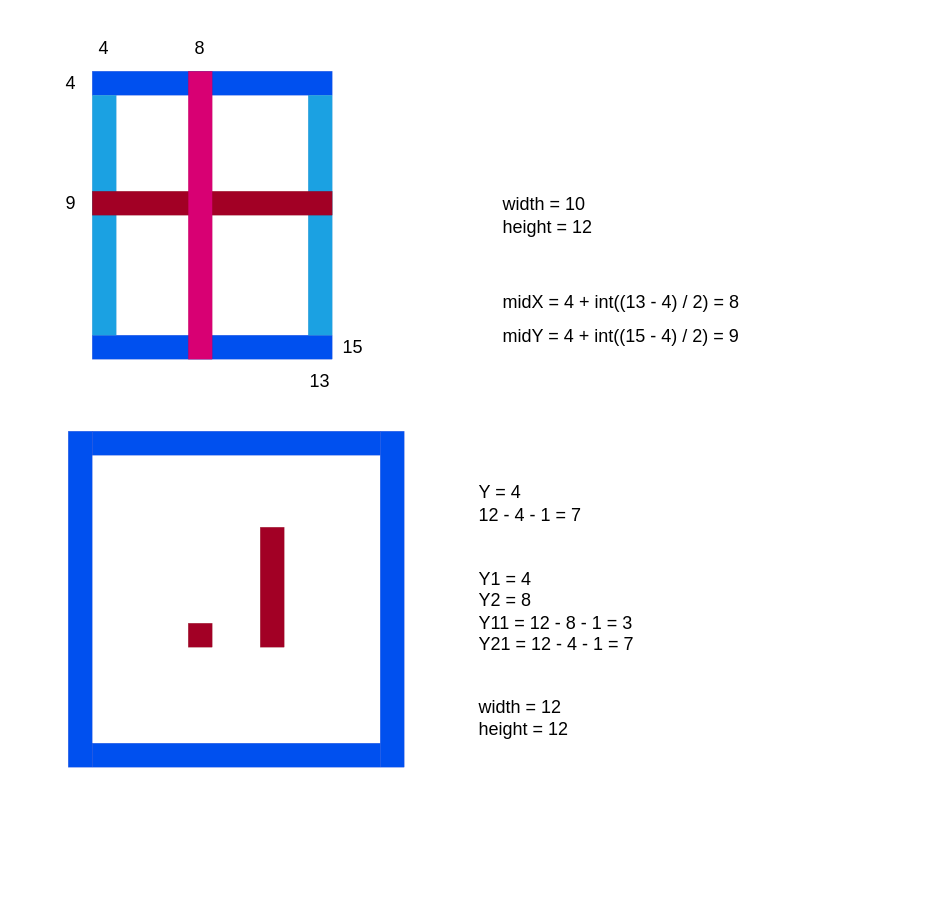
Earlier version of the draw.io diagram doc/RectEsimation.drawio (zapccu/PyFracExplorer). Source tidied: cells renumbered, new cells numbered last; positions are measured from the earlier drawing's top-left corner, leaving out a move shared by most shapes. Both pictures are drawn from the tidied source at 150%, with x=0, y=0 at pixel (26, 26).
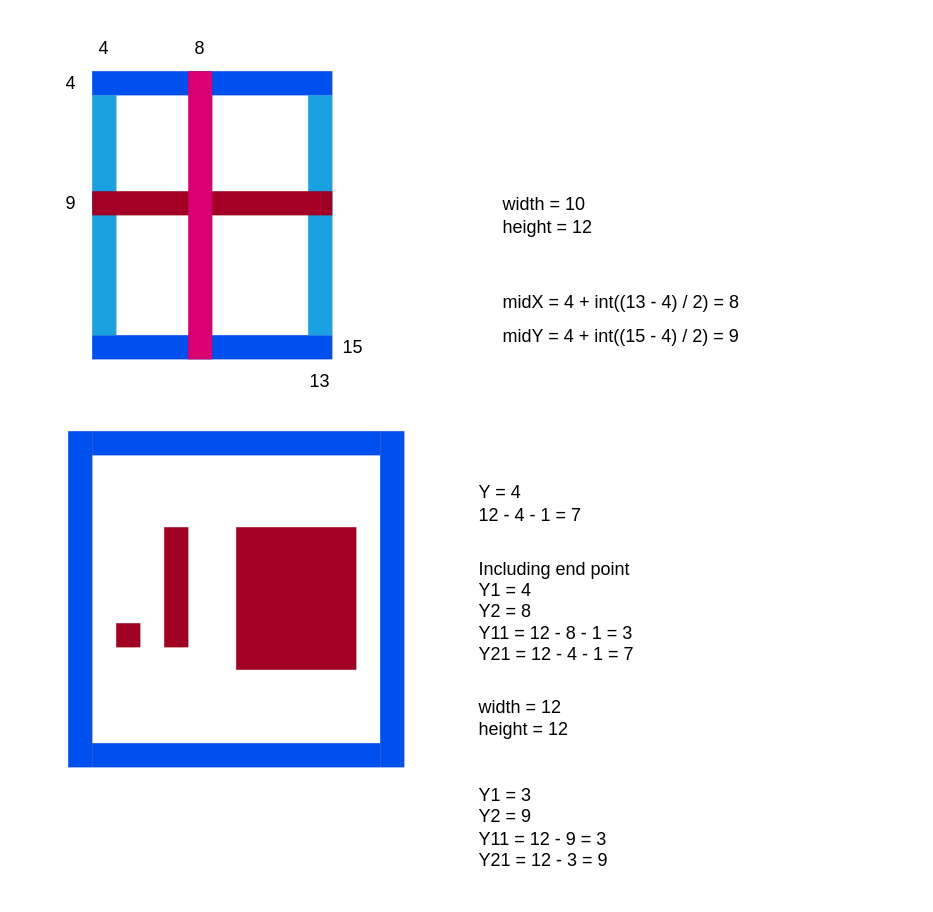
The same page after the edit.

Diff of the diagram source:
```diff
@@
     <mxCell id="22" style="whiteSpace=wrap;html=1;fillColor=#a20025;fontColor=#ffffff;strokeColor=#6F0000;strokeWidth=0;" parent="1" vertex="1">
-      <mxGeometry x="108" y="398" width="16" height="16" as="geometry" />
+      <mxGeometry x="60" y="398" width="16" height="16" as="geometry" />
     </mxCell>
@@
     <mxCell id="24" style="whiteSpace=wrap;html=1;fillColor=#a20025;fontColor=#ffffff;strokeColor=#6F0000;strokeWidth=0;" parent="1" vertex="1">
-      <mxGeometry x="156" y="334" width="16" height="80" as="geometry" />
+      <mxGeometry x="92" y="334" width="16" height="80" as="geometry" />
     </mxCell>
-    <mxCell id="25" value="Y1 = 4&lt;br&gt;Y2 = 8&lt;br&gt;Y11 = 12 - 8 - 1 = 3&lt;br&gt;Y21 = 12 - 4 - 1 = 7" style="text;strokeColor=none;align=left;fillColor=none;html=1;verticalAlign=middle;whiteSpace=wrap;rounded=0;strokeWidth=0;" parent="1" vertex="1">
+    <mxCell id="25" value="Including end point&lt;br&gt;Y1 = 4&lt;br&gt;Y2 = 8&lt;br&gt;Y11 = 12 - 8 - 1 = 3&lt;br&gt;Y21 = 12 - 4 - 1 = 7" style="text;strokeColor=none;align=left;fillColor=none;html=1;verticalAlign=middle;whiteSpace=wrap;rounded=0;strokeWidth=0;" parent="1" vertex="1">
       <mxGeometry x="300" y="350" width="272" height="80" as="geometry" />
     </mxCell>
+    <mxCell id="26" value="Y1 = 3&lt;br&gt;Y2 = 9&lt;br&gt;Y11 = 12 - 9 = 3&lt;br&gt;Y21 = 12 - 3 = 9" style="text;strokeColor=none;align=left;fillColor=none;html=1;verticalAlign=middle;whiteSpace=wrap;rounded=0;strokeWidth=0;" parent="1" vertex="1">
+      <mxGeometry x="300" y="494" width="272" height="80" as="geometry" />
+    </mxCell>
+    <mxCell id="27" style="whiteSpace=wrap;html=1;fillColor=#a20025;fontColor=#ffffff;strokeColor=#6F0000;strokeWidth=0;" parent="1" vertex="1">
+      <mxGeometry x="140" y="334" width="80" height="95" as="geometry" />
+    </mxCell>
```
